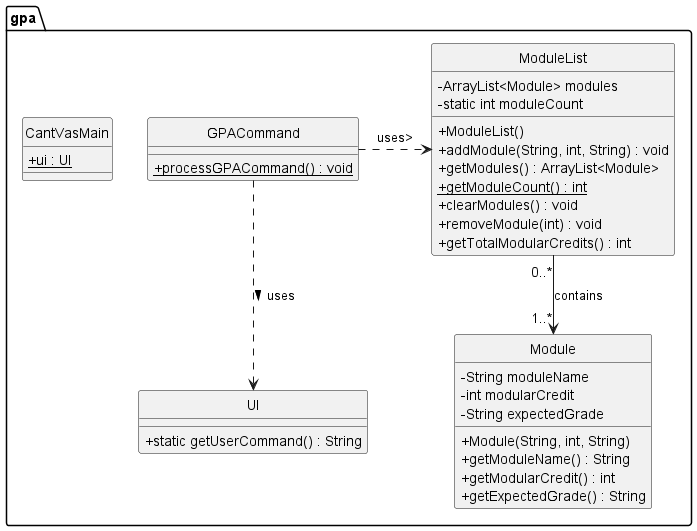
This is docs/diagrams/classdiagram/GPA.png from nyh3/tp, a PlantUML export, as it was before one commit. The source it was exported from:
```plantuml
@startuml

hide circle
skinparam classAttributeIconSize 0

package gpa {
    class GPACommand {
        + {static} processGPACommand() : void
    }

    class ModuleList {
        - ArrayList<Module> modules
        - static int moduleCount

        + ModuleList()
        + addModule(String, int, String) : void
        + getModules() : ArrayList<Module>
        + {static} getModuleCount() : int
        + clearModules() : void
        + removeModule(int) : void
        + getTotalModularCredits() : int
    }

    class Module {
        - String moduleName
        - int modularCredit
        - String expectedGrade

        + Module(String, int, String)
        + getModuleName() : String
        + getModularCredit() : int
        + getExpectedGrade() : String
    }

    class CantVasMain {
        + {static} ui : UI
    }

    class UI {
        + static getUserCommand() : String
    }
}

GPACommand .down.> UI : uses >
GPACommand .right.> ModuleList : uses>
ModuleList "0..*" --> "1..*" Module : contains

@enduml
```
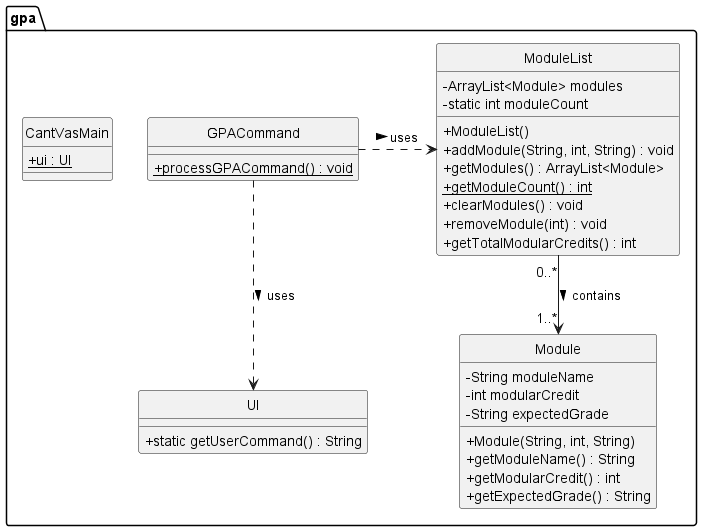
The same file after the commit.

What changed in the source:
```diff
@@ -42,7 +42,7 @@
 }
 
 GPACommand .down.> UI : uses >
-GPACommand .right.> ModuleList : uses>
-ModuleList "0..*" --> "1..*" Module : contains
+GPACommand .right.> ModuleList : uses >
+ModuleList "0..*" --> "1..*" Module : contains >
 
 @enduml
```
